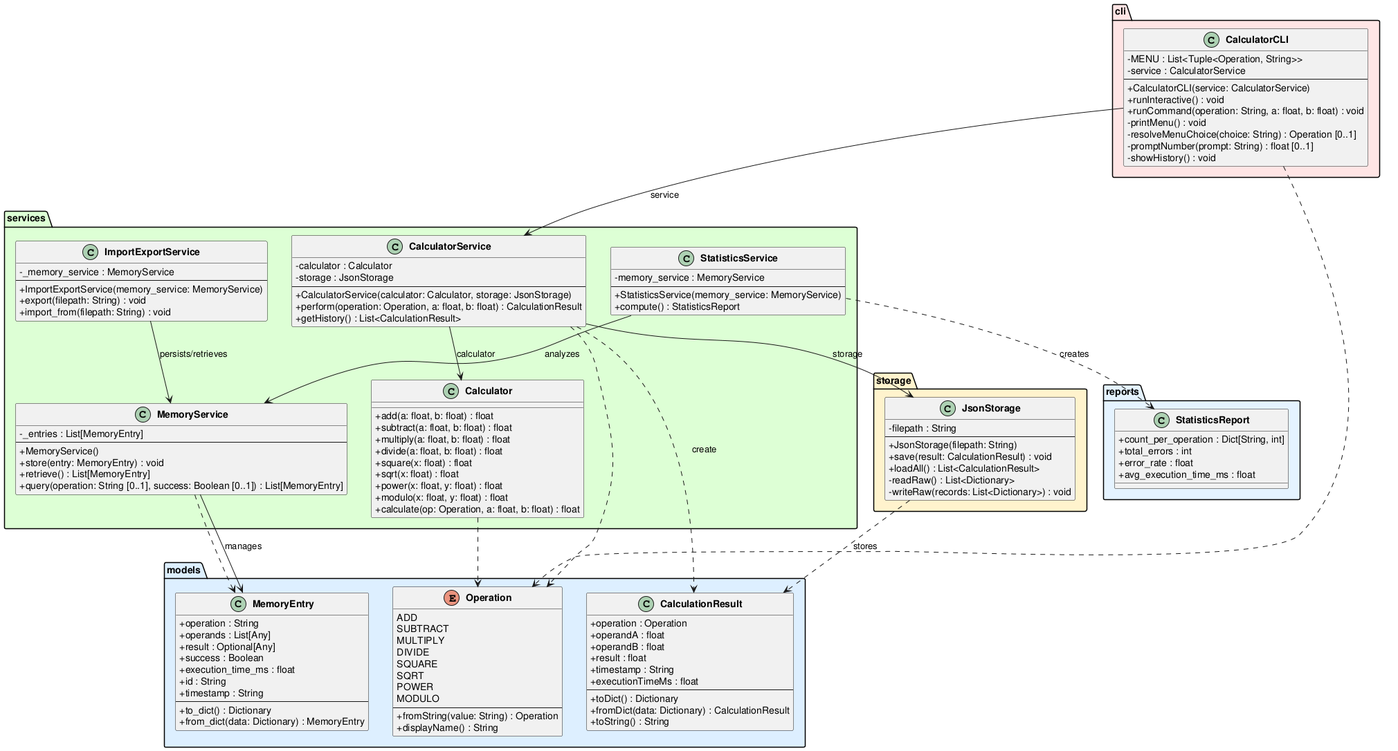
DanielRiha8906/Software_autoevolution_using_agents keeps this PlantUML diagram as experiments/broadcast/test_driven/calculator/artifacts/class_diagram.png. Above is the earlier version.
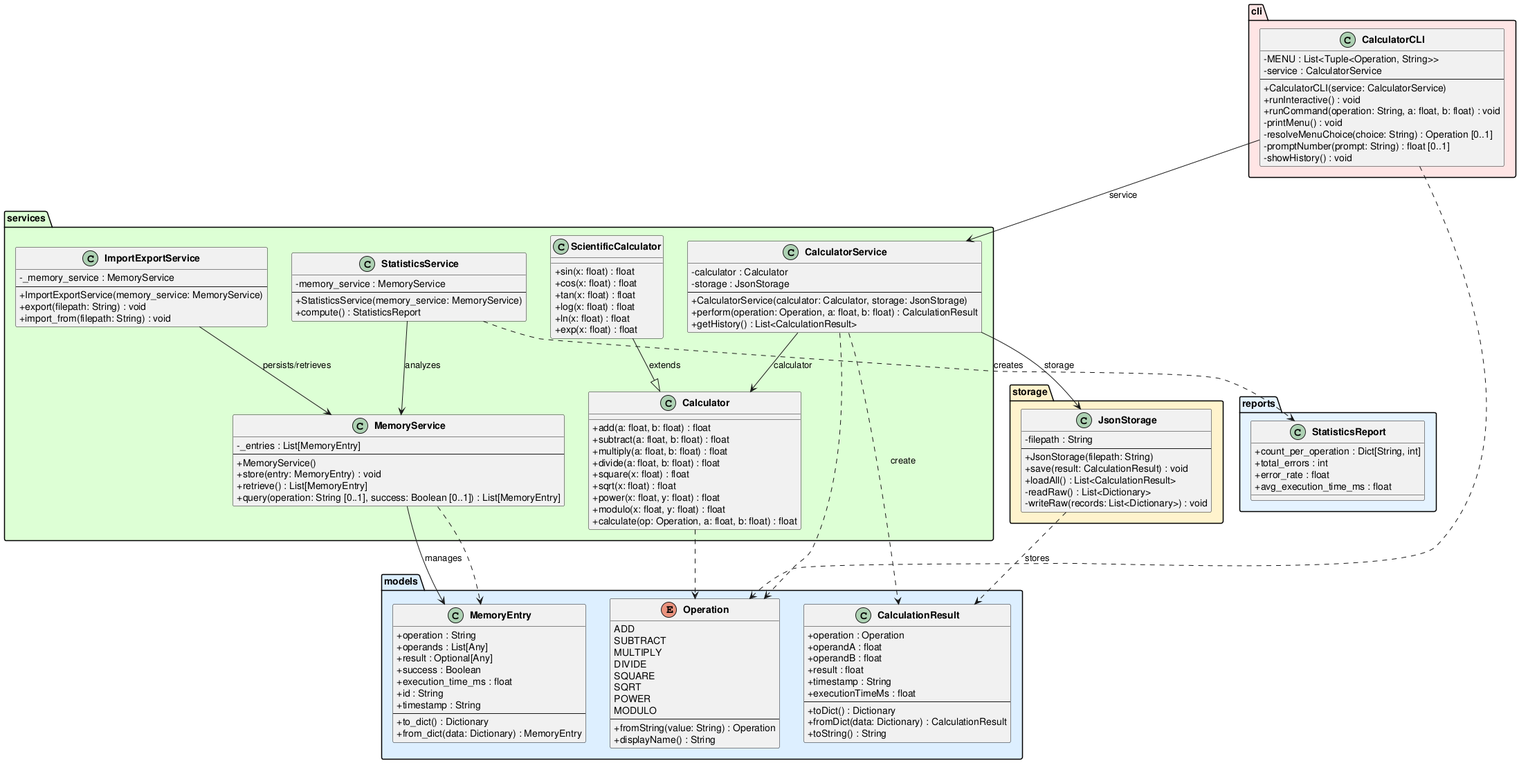
The same diagram one commit later.

Change to the diagram source:
```diff
@@ -56,6 +56,15 @@
         +power(x: float, y: float) : float
         +modulo(x: float, y: float) : float
         +calculate(op: Operation, a: float, b: float) : float
+    }
+
+    class ScientificCalculator {
+        +sin(x: float) : float
+        +cos(x: float) : float
+        +tan(x: float) : float
+        +log(x: float) : float
+        +ln(x: float) : float
+        +exp(x: float) : float
     }
 
     class CalculatorService {
@@ -128,6 +137,8 @@
     }
 }
 
+ScientificCalculator --|> Calculator : extends
+
 CalculatorCLI --> CalculatorService : service
 CalculatorService --> Calculator : calculator
 CalculatorService --> JsonStorage : storage
```
